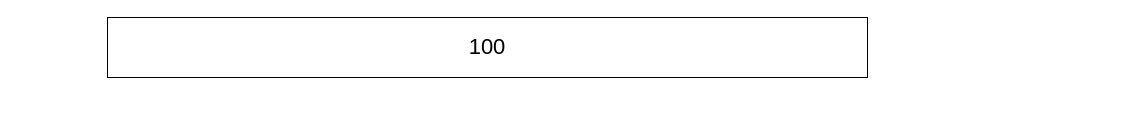
Before: Trophic Levels.drawio in CyberTheToaster/draw.io-saves, a draw.io diagram. Source tidied: cells renumbered, new cells numbered last; positions are measured from the earlier drawing's top-left corner, leaving out a move shared by most shapes. Both pictures are drawn from the tidied source at 100%, with x=0, y=0 at pixel (107, 17). Pictures stored in the file or linked from it are replaced by grey dashed boxes.
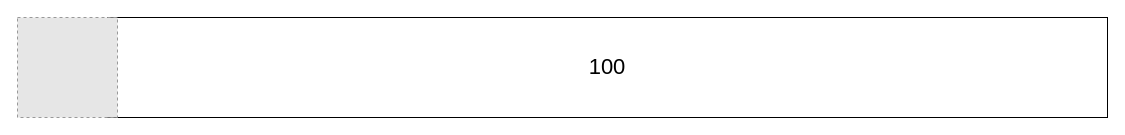
The same diagram, later.

Diff of the diagram source:
```diff
@@
 <mxGraphModel>
   <root>
     <mxCell id="0" />
     <mxCell id="1" parent="0" />
     <mxCell id="2" value="&lt;font style=&quot;font-size: 22px;&quot;&gt;100&lt;/font&gt;" style="rounded=0;whiteSpace=wrap;html=1;" parent="1" vertex="1">
-      <mxGeometry width="760" height="60" as="geometry" />
+      <mxGeometry width="1000" height="100" as="geometry" />
     </mxCell>
+    <mxCell id="3" style="fillColor=#E6E6E6;strokeColor=#999999;dashed=1;verticalLabelPosition=bottom;labelBackgroundColor=default;verticalAlign=top;" parent="1" vertex="1">
+      <mxGeometry x="-90" width="100" height="100" as="geometry" />
+    </mxCell>
   </root>
 </mxGraphModel>
```
